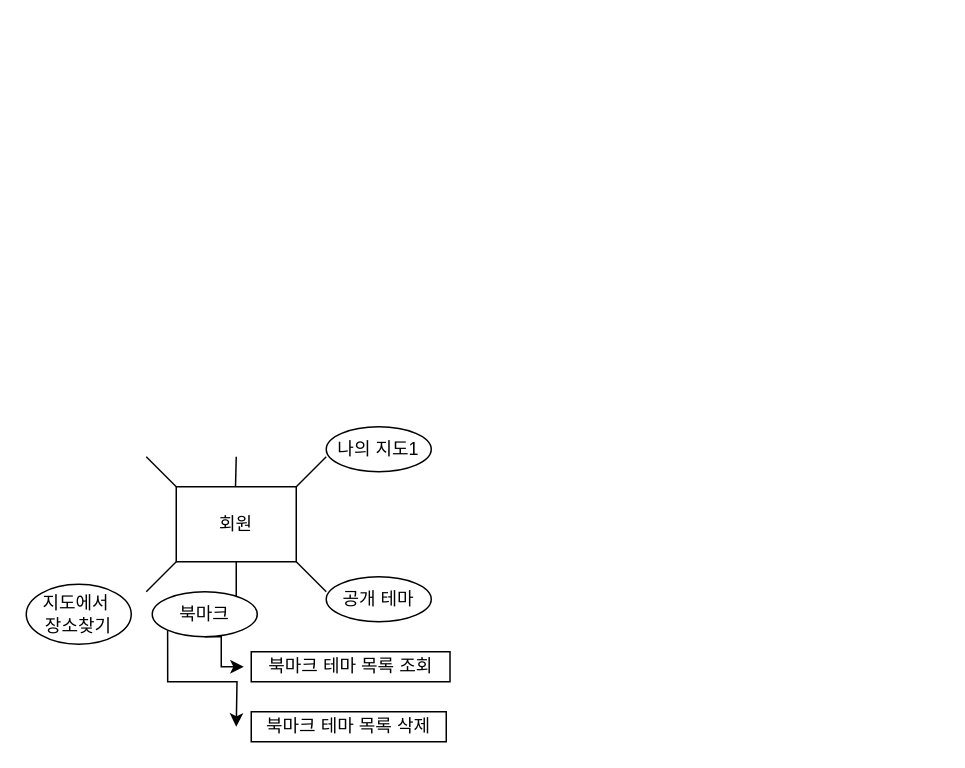
This is Untitled Diagram.drawio from zooragi/bitcamp-team5, a draw.io file, before an edit. Source tidied: cells renumbered, new cells numbered last; positions are measured from the earlier drawing's top-left corner, leaving out a move shared by most shapes. Both pictures are drawn from the tidied source at 150%, with x=0, y=0 at pixel (26, 426).
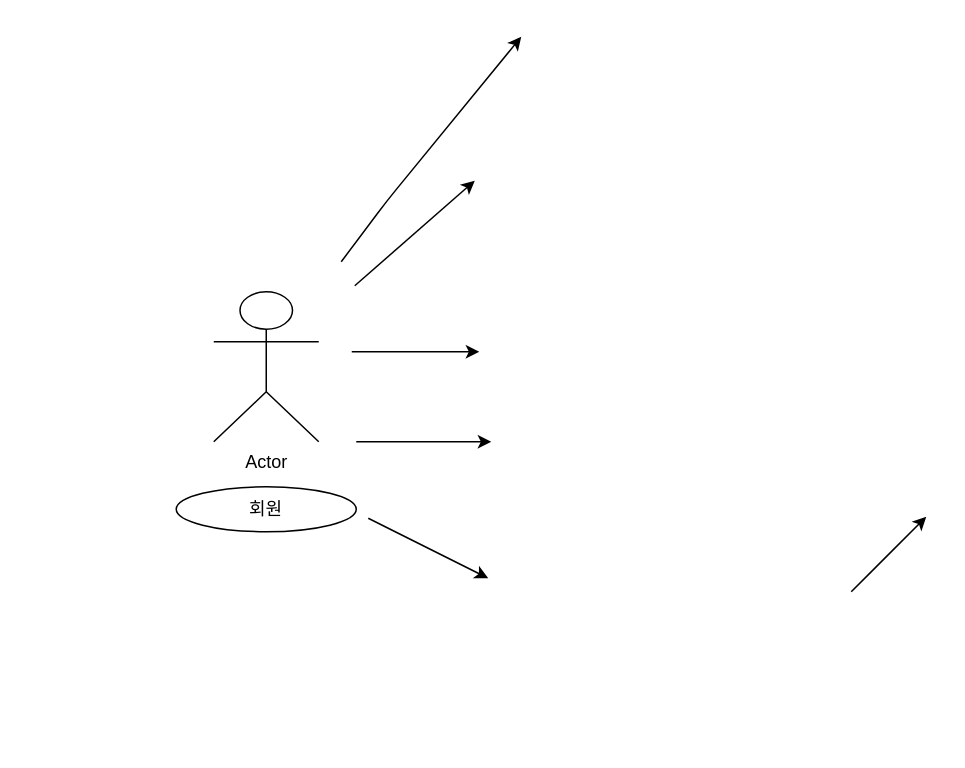
The same page after the edit.

The edit, as a diff of the source:
```diff
@@
+    <mxCell id="17" value="Actor" style="shape=umlActor;verticalLabelPosition=bottom;verticalAlign=top;html=1;" parent="1" vertex="1">
+      <mxGeometry x="125" y="-90" width="70" height="100" as="geometry" />
+    </mxCell>
-    <mxCell id="2" value="회원" style="rounded=0;whiteSpace=wrap;html=1;" parent="1" vertex="1">
-      <mxGeometry x="100" y="40" width="80" height="50" as="geometry" />
+    <mxCell id="2" value="회원" style="ellipse;whiteSpace=wrap;html=1;" parent="1" vertex="1">
+      <mxGeometry x="100" y="40" width="120" height="30" as="geometry" />
     </mxCell>
-    <mxCell id="3" style="endArrow=none;html=1;" parent="1" edge="1">
-      <mxGeometry relative="1" as="geometry">
-        <mxPoint x="80" y="110" as="sourcePoint" />
-        <mxPoint x="100" y="90" as="targetPoint" />
-      </mxGeometry>
-    </mxCell>
-    <mxCell id="4" style="endArrow=none;html=1;" parent="1" edge="1">
-      <mxGeometry relative="1" as="geometry">
-        <mxPoint x="140" y="120" as="sourcePoint" />
-        <mxPoint x="140" y="90" as="targetPoint" />
-      </mxGeometry>
-    </mxCell>
-    <mxCell id="5" style="endArrow=none;html=1;entryX=1;entryY=1;entryDx=0;entryDy=0;" parent="1" edge="1" target="2">
-      <mxGeometry relative="1" as="geometry">
-        <mxPoint x="200" y="110" as="sourcePoint" />
-      </mxGeometry>
-    </mxCell>
-    <mxCell id="6" style="endArrow=none;html=1;" parent="1" edge="1">
-      <mxGeometry relative="1" as="geometry">
-        <mxPoint x="180" y="40" as="sourcePoint" />
-        <mxPoint x="200" y="20" as="targetPoint" />
-      </mxGeometry>
-    </mxCell>
-    <mxCell id="7" style="endArrow=none;html=1;" parent="1" edge="1">
-      <mxGeometry relative="1" as="geometry">
-        <mxPoint x="100" y="40" as="sourcePoint" />
-        <mxPoint x="80" y="20" as="targetPoint" />
-      </mxGeometry>
-    </mxCell>
-    <mxCell id="8" style="endArrow=none;html=1;" parent="1" edge="1">
-      <mxGeometry relative="1" as="geometry">
-        <mxPoint x="139.5" y="40" as="sourcePoint" />
-        <mxPoint x="140" y="20" as="targetPoint" />
-      </mxGeometry>
-    </mxCell>
-    <mxCell id="9" value="나의 지도1" style="ellipse;whiteSpace=wrap;html=1;" parent="1" vertex="1">
-      <mxGeometry x="200" width="70" height="30" as="geometry" />
-    </mxCell>
-    <mxCell id="10" value="공개 테마" style="ellipse;whiteSpace=wrap;html=1;" parent="1" vertex="1">
-      <mxGeometry x="200" y="100" width="70" height="30" as="geometry" />
-    </mxCell>
-    <mxCell id="11" style="edgeStyle=orthogonalEdgeStyle;rounded=0;jettySize=auto;html=1;exitX=0.5;exitY=1;exitDx=0;exitDy=0;" parent="1" edge="1" source="13">
-      <mxGeometry relative="1" as="geometry">
-        <mxPoint x="145" y="160" as="targetPoint" />
-        <Array as="points">
-          <mxPoint x="130" y="140" />
-          <mxPoint x="130" y="160" />
-        </Array>
-      </mxGeometry>
-    </mxCell>
-    <mxCell id="12" style="edgeStyle=orthogonalEdgeStyle;rounded=0;jettySize=auto;html=1;exitX=0;exitY=1;exitDx=0;exitDy=0;" parent="1" edge="1" source="13">
-      <mxGeometry relative="1" as="geometry">
-        <mxPoint x="140" y="200" as="targetPoint" />
-      </mxGeometry>
-    </mxCell>
-    <mxCell id="13" value="북마크" style="ellipse;whiteSpace=wrap;html=1;" parent="1" vertex="1">
-      <mxGeometry x="84" y="110" width="70" height="30" as="geometry" />
-    </mxCell>
-    <mxCell id="14" value="지도에서&amp;nbsp;&lt;br&gt;장소찾기" style="ellipse;whiteSpace=wrap;html=1;" parent="1" vertex="1">
-      <mxGeometry y="105" width="70" height="40" as="geometry" />
-    </mxCell>
-    <mxCell id="15" value="북마크 테마 목록 조회" style="rounded=0;whiteSpace=wrap;html=1;" parent="1" vertex="1">
-      <mxGeometry x="150" y="150" width="132.5" height="20" as="geometry" />
-    </mxCell>
-    <mxCell id="16" value="북마크 테마 목록 삭제" style="rounded=0;whiteSpace=wrap;html=1;" parent="1" vertex="1">
-      <mxGeometry x="150" y="190" width="130" height="20" as="geometry" />
-    </mxCell>
+    <mxCell id="18" style="endArrow=classic;html=1;" parent="1" edge="1">
+      <mxGeometry relative="1" as="geometry">
+        <mxPoint x="219" y="-94" as="sourcePoint" />
+        <mxPoint x="299" y="-164" as="targetPoint" />
+      </mxGeometry>
+    </mxCell>
+    <mxCell id="19" style="endArrow=classic;html=1;" parent="1" edge="1">
+      <mxGeometry relative="1" as="geometry">
+        <mxPoint x="217" y="-50" as="sourcePoint" />
+        <mxPoint x="302" y="-50" as="targetPoint" />
+      </mxGeometry>
+    </mxCell>
+    <mxCell id="20" style="endArrow=classic;html=1;" parent="1" edge="1">
+      <mxGeometry relative="1" as="geometry">
+        <mxPoint x="228" y="61" as="sourcePoint" />
+        <mxPoint x="308" y="101" as="targetPoint" />
+      </mxGeometry>
+    </mxCell>
+    <mxCell id="21" style="endArrow=classic;html=1;" parent="1" edge="1">
+      <mxGeometry relative="1" as="geometry">
+        <mxPoint x="220" y="10" as="sourcePoint" />
+        <mxPoint x="310" y="10" as="targetPoint" />
+      </mxGeometry>
+    </mxCell>
+    <mxCell id="22" style="endArrow=classic;html=1;" parent="1" edge="1">
+      <mxGeometry relative="1" as="geometry">
+        <mxPoint x="210" y="-110" as="sourcePoint" />
+        <mxPoint x="330" y="-260" as="targetPoint" />
+        <Array as="points">
+          <mxPoint x="240" y="-150" />
+        </Array>
+      </mxGeometry>
+    </mxCell>
+    <mxCell id="23" style="endArrow=classic;html=1;" parent="1" edge="1">
+      <mxGeometry relative="1" as="geometry">
+        <mxPoint x="550" y="110" as="sourcePoint" />
+        <mxPoint x="600" y="60" as="targetPoint" />
+        <Array as="points">
+          <mxPoint x="570" y="90" />
+        </Array>
+      </mxGeometry>
+    </mxCell>
```
